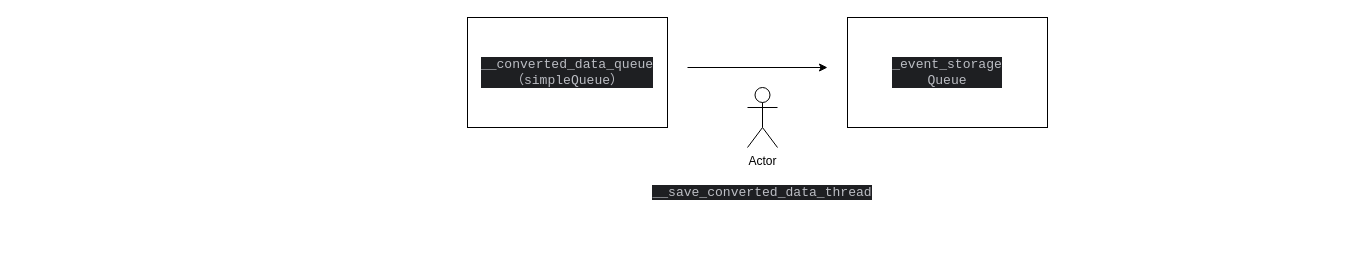
This is gateway消费数据流程图.drawio from jettzhan/drawio_repo, a draw.io file, before an edit. Source tidied: cells renumbered, new cells numbered last; positions are measured from the earlier drawing's top-left corner, leaving out a move shared by most shapes. Both pictures are drawn from the tidied source at 100%, with x=0, y=0 at pixel (467, 17).
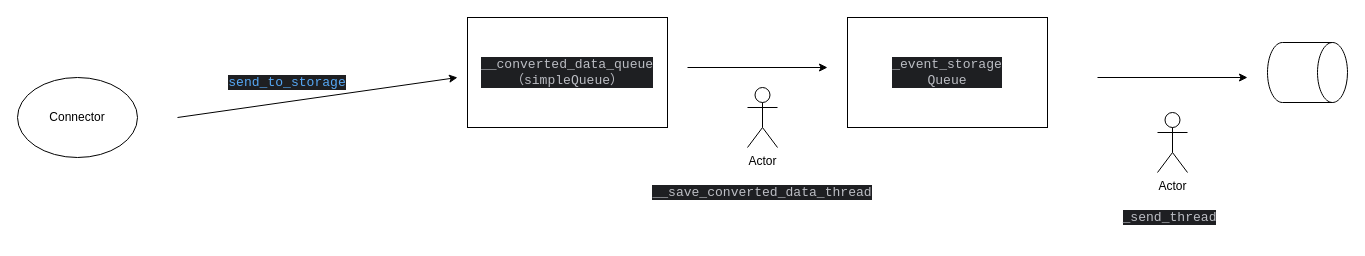
The same page after the edit.

Commit message (it also covers changes not shown here):
更新gateway消费数据流程图.drawio

What changed in the source:
```diff
@@
 <mxGraphModel>
   <root>
     <mxCell id="0" />
     <mxCell id="1" parent="0" />
     <mxCell id="2" value="&lt;div style=&quot;background-color: rgb(30, 31, 34); color: rgb(188, 190, 196);&quot;&gt;&lt;pre style=&quot;font-family:'JetBrains Mono',monospace;font-size:9.8pt;&quot;&gt;__converted_data_queue&lt;br/&gt;（simpleQueue）&lt;/pre&gt;&lt;/div&gt;" style="rounded=0;whiteSpace=wrap;html=1;" parent="1" vertex="1">
       <mxGeometry width="200" height="110" as="geometry" />
     </mxCell>
     <mxCell id="3" value="&lt;div style=&quot;background-color: rgb(30, 31, 34); color: rgb(188, 190, 196);&quot;&gt;&lt;pre style=&quot;font-family:'JetBrains Mono',monospace;font-size:9.8pt;&quot;&gt;&lt;div&gt;&lt;pre style=&quot;font-family:'JetBrains Mono',monospace;font-size:9.8pt;&quot;&gt;_event_storage&lt;br/&gt;Queue&lt;/pre&gt;&lt;/div&gt;&lt;/pre&gt;&lt;/div&gt;" style="rounded=0;whiteSpace=wrap;html=1;" parent="1" vertex="1">
       <mxGeometry x="380" width="200" height="110" as="geometry" />
     </mxCell>
     <mxCell id="4" value="Actor" style="shape=umlActor;verticalLabelPosition=bottom;verticalAlign=top;html=1;" parent="1" vertex="1">
       <mxGeometry x="280" y="70" width="30" height="60" as="geometry" />
     </mxCell>
     <mxCell id="5" style="endArrow=classic;html=1;rounded=0;" parent="1" edge="1">
       <mxGeometry relative="1" as="geometry">
         <mxPoint x="220" y="50" as="sourcePoint" />
         <mxPoint x="360" y="50" as="targetPoint" />
       </mxGeometry>
     </mxCell>
     <mxCell id="6" value="&lt;div style=&quot;background-color:#1e1f22;color:#bcbec4&quot;&gt;&lt;pre style=&quot;font-family:'JetBrains Mono',monospace;font-size:9.8pt;&quot;&gt;__save_converted_data_thread&lt;/pre&gt;&lt;/div&gt;" style="text;html=1;whiteSpace=wrap;strokeColor=none;fillColor=none;align=center;verticalAlign=middle;rounded=0;" parent="1" vertex="1">
       <mxGeometry x="265" y="160" width="60" height="30" as="geometry" />
     </mxCell>
+    <mxCell id="7" value="Actor" style="shape=umlActor;verticalLabelPosition=bottom;verticalAlign=top;html=1;" parent="1" vertex="1">
+      <mxGeometry x="690" y="95" width="30" height="60" as="geometry" />
+    </mxCell>
+    <mxCell id="8" style="shape=cylinder3;whiteSpace=wrap;html=1;boundedLbl=1;backgroundOutline=1;size=15;rotation=90;" parent="1" vertex="1">
+      <mxGeometry x="810" y="15" width="60" height="80" as="geometry" />
+    </mxCell>
+    <mxCell id="9" style="endArrow=classic;html=1;rounded=0;" parent="1" edge="1">
+      <mxGeometry relative="1" as="geometry">
+        <mxPoint x="630" y="60" as="sourcePoint" />
+        <mxPoint x="780" y="60" as="targetPoint" />
+      </mxGeometry>
+    </mxCell>
+    <mxCell id="10" value="&lt;div style=&quot;background-color:#1e1f22;color:#bcbec4&quot;&gt;&lt;pre style=&quot;font-family:'JetBrains Mono',monospace;font-size:9.8pt;&quot;&gt;_send_thread&lt;/pre&gt;&lt;/div&gt;" style="text;html=1;whiteSpace=wrap;strokeColor=none;fillColor=none;align=center;verticalAlign=middle;rounded=0;" parent="1" vertex="1">
+      <mxGeometry x="675" y="185" width="55" height="30" as="geometry" />
+    </mxCell>
+    <mxCell id="11" value="Connector" style="ellipse;whiteSpace=wrap;html=1;" parent="1" vertex="1">
+      <mxGeometry x="-450" y="60" width="120" height="80" as="geometry" />
+    </mxCell>
+    <mxCell id="12" style="endArrow=classic;html=1;rounded=0;" parent="1" edge="1">
+      <mxGeometry relative="1" as="geometry">
+        <mxPoint x="-290" y="100" as="sourcePoint" />
+        <mxPoint x="-10" y="60" as="targetPoint" />
+      </mxGeometry>
+    </mxCell>
+    <mxCell id="13" value="&lt;div style=&quot;background-color:#1e1f22;color:#bcbec4&quot;&gt;&lt;pre style=&quot;font-family:'JetBrains Mono',monospace;font-size:9.8pt;&quot;&gt;&lt;span style=&quot;color:#56a8f5;&quot;&gt;send_to_storage&lt;/span&gt;&lt;/pre&gt;&lt;/div&gt;" style="text;html=1;whiteSpace=wrap;strokeColor=none;fillColor=none;align=center;verticalAlign=middle;rounded=0;" parent="1" vertex="1">
+      <mxGeometry x="-210" y="50" width="60" height="30" as="geometry" />
+    </mxCell>
   </root>
 </mxGraphModel>
```
